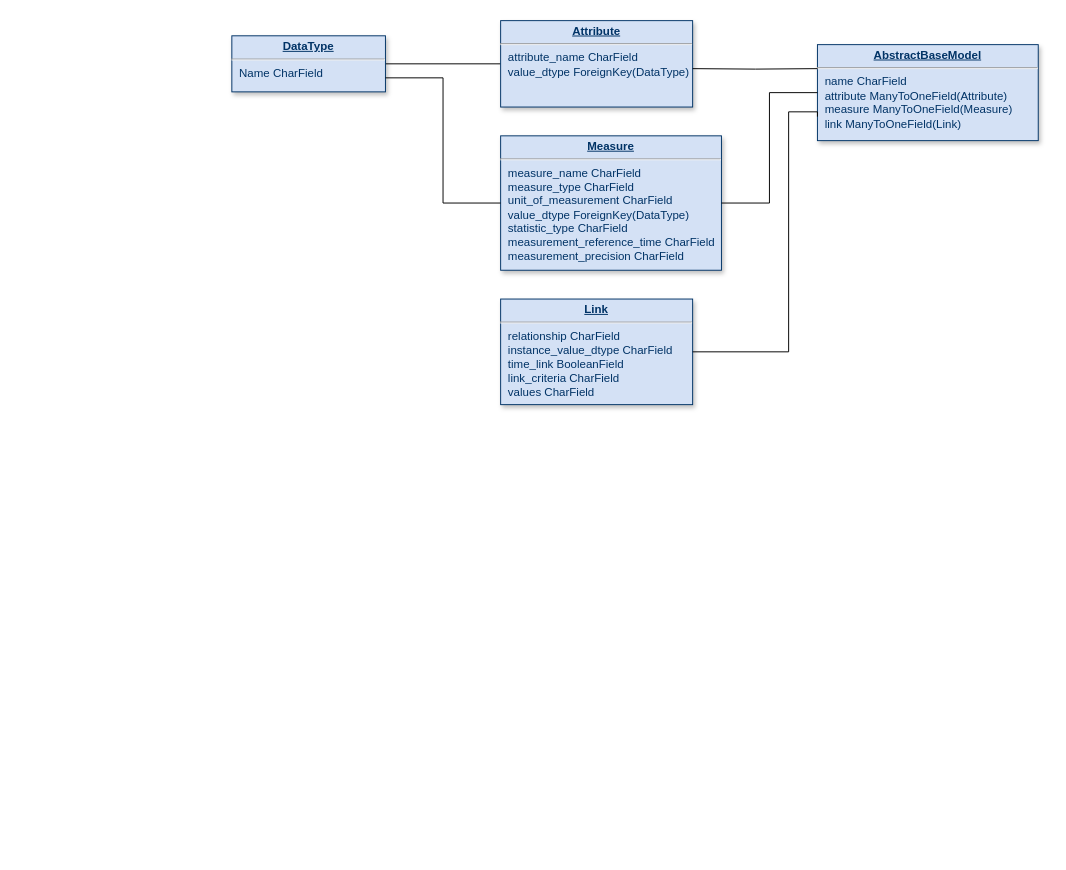
WeakLemonDrink/nrrt_project keeps this draw.io diagram as db tables2.drawio. Above is the earlier version. Source tidied: cells renumbered, new cells numbered last; positions are measured from the earlier drawing's top-left corner, leaving out a move shared by most shapes. Both pictures are drawn from the tidied source at 96%, with x=0, y=0 at pixel (231, 20).
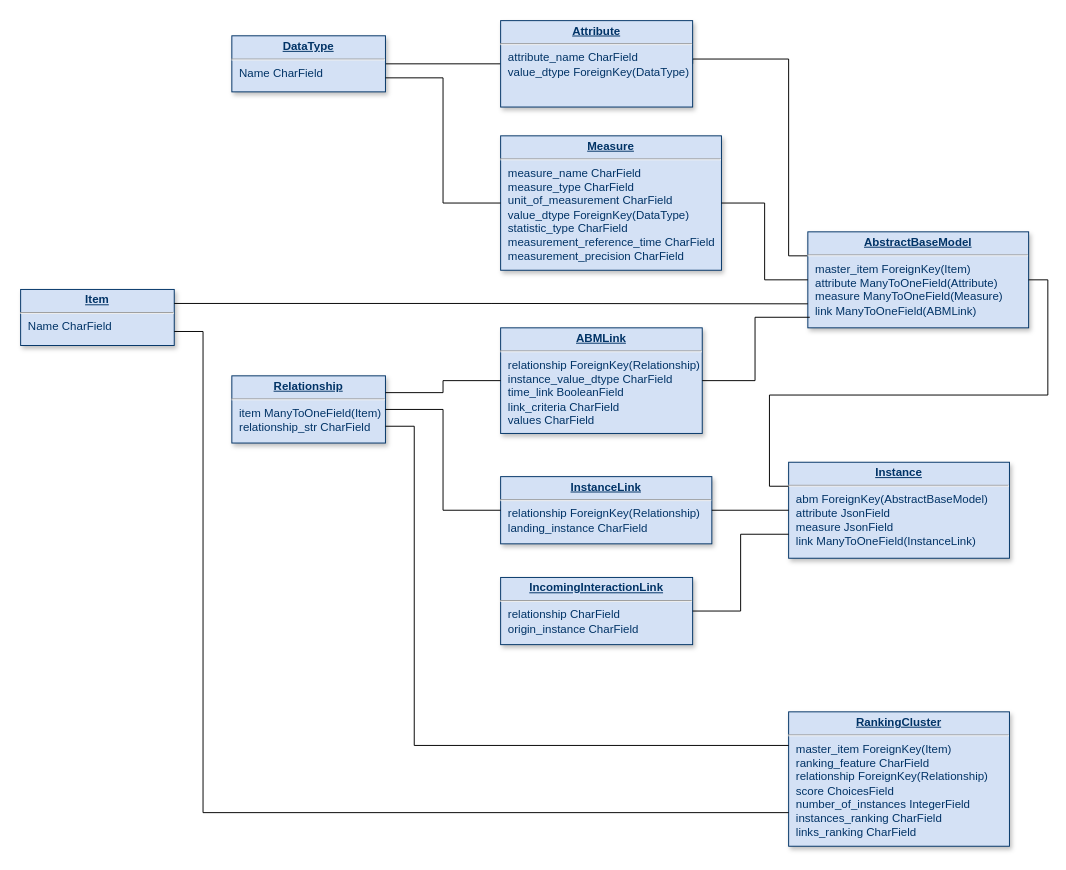
After the change.

Unchanged cells that the change refers to:
```xml
<mxCell id="4" value="&lt;p style=&quot;margin: 0px ; margin-top: 4px ; text-align: center ; text-decoration: underline&quot;&gt;&lt;b&gt;Attribute&lt;/b&gt;&lt;/p&gt;&lt;hr&gt;&lt;p style=&quot;margin: 0px ; margin-left: 8px&quot;&gt;attribute_name CharField&lt;/p&gt;&lt;p style=&quot;margin: 0px ; margin-left: 8px&quot;&gt;value_dtype ForeignKey(DataType)&lt;/p&gt;" style="verticalAlign=top;align=left;overflow=fill;fontSize=12;fontFamily=Helvetica;html=1;strokeColor=#003366;shadow=1;fillColor=#D4E1F5;fontColor=#003366;" parent="1" vertex="1">
  <mxGeometry x="280" width="200" height="90" as="geometry" />
</mxCell>
```

Change to the diagram source:
```diff
@@
+    <mxCell id="12" style="edgeStyle=orthogonalEdgeStyle;rounded=0;jettySize=auto;html=1;exitX=1;exitY=0.5;exitDx=0;exitDy=0;entryX=0;entryY=0.25;entryDx=0;entryDy=0;endArrow=none;endFill=0;" parent="1" edge="1" source="4" target="8">
+      <mxGeometry relative="1" as="geometry">
+        <Array as="points">
+          <mxPoint x="480" y="40" />
+          <mxPoint x="580" y="40" />
+          <mxPoint x="580" y="245" />
+        </Array>
+      </mxGeometry>
+    </mxCell>
@@
-    <mxCell id="7" value="&lt;p style=&quot;margin: 0px ; margin-top: 4px ; text-align: center ; text-decoration: underline&quot;&gt;&lt;b&gt;Link&lt;/b&gt;&lt;/p&gt;&lt;hr&gt;&lt;p style=&quot;margin: 0px ; margin-left: 8px&quot;&gt;relationship CharField&lt;/p&gt;&lt;p style=&quot;margin: 0px ; margin-left: 8px&quot;&gt;instance_value_dtype CharField&lt;/p&gt;&lt;p style=&quot;margin: 0px ; margin-left: 8px&quot;&gt;time_link BooleanField&lt;/p&gt;&lt;p style=&quot;margin: 0px ; margin-left: 8px&quot;&gt;link_criteria CharField&lt;/p&gt;&lt;p style=&quot;margin: 0px ; margin-left: 8px&quot;&gt;values CharField&lt;/p&gt;" style="verticalAlign=top;align=left;overflow=fill;fontSize=12;fontFamily=Helvetica;html=1;strokeColor=#003366;shadow=1;fillColor=#D4E1F5;fontColor=#003366;" parent="1" vertex="1">
-      <mxGeometry x="280" y="290" width="200" height="110" as="geometry" />
+    <mxCell id="7" value="&lt;p style=&quot;margin: 0px ; margin-top: 4px ; text-align: center ; text-decoration: underline&quot;&gt;&lt;b&gt;ABMLink&lt;/b&gt;&lt;/p&gt;&lt;hr&gt;&lt;p style=&quot;margin: 0px ; margin-left: 8px&quot;&gt;relationship ForeignKey(Relationship)&lt;/p&gt;&lt;p style=&quot;margin: 0px ; margin-left: 8px&quot;&gt;instance_value_dtype CharField&lt;/p&gt;&lt;p style=&quot;margin: 0px ; margin-left: 8px&quot;&gt;time_link BooleanField&lt;/p&gt;&lt;p style=&quot;margin: 0px ; margin-left: 8px&quot;&gt;link_criteria CharField&lt;/p&gt;&lt;p style=&quot;margin: 0px ; margin-left: 8px&quot;&gt;values CharField&lt;/p&gt;" style="verticalAlign=top;align=left;overflow=fill;fontSize=12;fontFamily=Helvetica;html=1;strokeColor=#003366;shadow=1;fillColor=#D4E1F5;fontColor=#003366;" parent="1" vertex="1">
+      <mxGeometry x="280" y="320" width="210" height="110" as="geometry" />
     </mxCell>
-    <mxCell id="8" value="&lt;p style=&quot;margin: 0px ; margin-top: 4px ; text-align: center ; text-decoration: underline&quot;&gt;&lt;b&gt;AbstractBaseModel&lt;/b&gt;&lt;/p&gt;&lt;hr&gt;&lt;p style=&quot;margin: 0px ; margin-left: 8px&quot;&gt;name CharField&lt;/p&gt;&lt;p style=&quot;margin: 0px ; margin-left: 8px&quot;&gt;attribute ManyToOneField(Attribute)&lt;/p&gt;&lt;p style=&quot;margin: 0px ; margin-left: 8px&quot;&gt;measure ManyToOneField(Measure)&lt;/p&gt;&lt;p style=&quot;margin: 0px ; margin-left: 8px&quot;&gt;link ManyToOneField(Link)&lt;/p&gt;" style="verticalAlign=top;align=left;overflow=fill;fontSize=12;fontFamily=Helvetica;html=1;strokeColor=#003366;shadow=1;fillColor=#D4E1F5;fontColor=#003366;" parent="1" vertex="1">
-      <mxGeometry x="610" y="25" width="230" height="100" as="geometry" />
+    <mxCell id="8" value="&lt;p style=&quot;margin: 0px ; margin-top: 4px ; text-align: center ; text-decoration: underline&quot;&gt;&lt;b&gt;AbstractBaseModel&lt;/b&gt;&lt;/p&gt;&lt;hr&gt;&lt;p style=&quot;margin: 0px ; margin-left: 8px&quot;&gt;master_item ForeignKey(Item)&lt;/p&gt;&lt;p style=&quot;margin: 0px ; margin-left: 8px&quot;&gt;attribute ManyToOneField(Attribute)&lt;/p&gt;&lt;p style=&quot;margin: 0px ; margin-left: 8px&quot;&gt;measure ManyToOneField(Measure)&lt;/p&gt;&lt;p style=&quot;margin: 0px ; margin-left: 8px&quot;&gt;link ManyToOneField(ABMLink)&lt;/p&gt;" style="verticalAlign=top;align=left;overflow=fill;fontSize=12;fontFamily=Helvetica;html=1;strokeColor=#003366;shadow=1;fillColor=#D4E1F5;fontColor=#003366;" parent="1" vertex="1">
+      <mxGeometry x="600" y="220" width="230" height="100" as="geometry" />
     </mxCell>
-    <mxCell id="9" style="edgeStyle=orthogonalEdgeStyle;rounded=0;jettySize=auto;html=1;entryX=0;entryY=0.25;entryDx=0;entryDy=0;endArrow=none;endFill=0;" parent="1" edge="1" target="8">
-      <mxGeometry relative="1" as="geometry">
-        <mxPoint x="480" y="50" as="sourcePoint" />
-      </mxGeometry>
-    </mxCell>
@@
+    <mxCell id="13" value="&lt;p style=&quot;margin: 0px ; margin-top: 4px ; text-align: center ; text-decoration: underline&quot;&gt;&lt;b&gt;Item&lt;/b&gt;&lt;/p&gt;&lt;hr&gt;&lt;p style=&quot;margin: 0px ; margin-left: 8px&quot;&gt;Name CharField&lt;/p&gt;" style="verticalAlign=top;align=left;overflow=fill;fontSize=12;fontFamily=Helvetica;html=1;strokeColor=#003366;shadow=1;fillColor=#D4E1F5;fontColor=#003366;" parent="1" vertex="1">
+      <mxGeometry x="-220" y="280" width="160" height="58.4" as="geometry" />
+    </mxCell>
+    <mxCell id="14" value="&lt;p style=&quot;margin: 0px ; margin-top: 4px ; text-align: center ; text-decoration: underline&quot;&gt;&lt;b&gt;Instance&lt;/b&gt;&lt;/p&gt;&lt;hr&gt;&lt;p style=&quot;margin: 0px ; margin-left: 8px&quot;&gt;abm ForeignKey(AbstractBaseModel)&lt;/p&gt;&lt;p style=&quot;margin: 0px ; margin-left: 8px&quot;&gt;attribute JsonField&lt;/p&gt;&lt;p style=&quot;margin: 0px ; margin-left: 8px&quot;&gt;measure JsonField&lt;/p&gt;&lt;p style=&quot;margin: 0px ; margin-left: 8px&quot;&gt;link ManyToOneField(InstanceLink)&lt;/p&gt;" style="verticalAlign=top;align=left;overflow=fill;fontSize=12;fontFamily=Helvetica;html=1;strokeColor=#003366;shadow=1;fillColor=#D4E1F5;fontColor=#003366;" parent="1" vertex="1">
+      <mxGeometry x="580" y="460" width="230" height="100" as="geometry" />
+    </mxCell>
-    <mxCell id="11" style="edgeStyle=orthogonalEdgeStyle;rounded=0;jettySize=auto;html=1;entryX=0;entryY=0.75;entryDx=0;entryDy=0;endArrow=none;endFill=0;exitX=1;exitY=0.5;exitDx=0;exitDy=0;" parent="1" edge="1" source="7" target="8">
-      <mxGeometry relative="1" as="geometry">
-        <Array as="points">
-          <mxPoint x="580" y="345" />
-          <mxPoint x="580" y="95" />
-        </Array>
-      </mxGeometry>
+    <mxCell id="11" style="edgeStyle=orthogonalEdgeStyle;rounded=0;jettySize=auto;html=1;entryX=0.009;entryY=0.89;entryDx=0;entryDy=0;endArrow=none;endFill=0;exitX=1;exitY=0.5;exitDx=0;exitDy=0;entryPerimeter=0;" parent="1" edge="1" source="7" target="8">
+      <mxGeometry relative="1" as="geometry" />
     </mxCell>
+    <mxCell id="15" value="&lt;p style=&quot;margin: 0px ; margin-top: 4px ; text-align: center ; text-decoration: underline&quot;&gt;&lt;b&gt;InstanceLink&lt;/b&gt;&lt;/p&gt;&lt;hr&gt;&lt;p style=&quot;margin: 0px ; margin-left: 8px&quot;&gt;relationship ForeignKey(Relationship)&lt;/p&gt;&lt;p style=&quot;margin: 0px ; margin-left: 8px&quot;&gt;landing_instance CharField&lt;/p&gt;" style="verticalAlign=top;align=left;overflow=fill;fontSize=12;fontFamily=Helvetica;html=1;strokeColor=#003366;shadow=1;fillColor=#D4E1F5;fontColor=#003366;" parent="1" vertex="1">
+      <mxGeometry x="280" y="475" width="220" height="70" as="geometry" />
+    </mxCell>
+    <mxCell id="16" value="&lt;p style=&quot;margin: 4px 0px 0px ; text-align: center&quot;&gt;&lt;b&gt;&lt;u&gt;IncomingInteractionLink&lt;/u&gt;&lt;/b&gt;&lt;br&gt;&lt;/p&gt;&lt;hr&gt;&lt;p style=&quot;margin: 0px ; margin-left: 8px&quot;&gt;relationship CharField&lt;/p&gt;&lt;p style=&quot;margin: 0px ; margin-left: 8px&quot;&gt;origin_instance CharField&lt;/p&gt;" style="verticalAlign=top;align=left;overflow=fill;fontSize=12;fontFamily=Helvetica;html=1;strokeColor=#003366;shadow=1;fillColor=#D4E1F5;fontColor=#003366;" parent="1" vertex="1">
+      <mxGeometry x="280" y="580" width="200" height="70" as="geometry" />
+    </mxCell>
+    <mxCell id="17" style="edgeStyle=orthogonalEdgeStyle;rounded=0;jettySize=auto;html=1;exitX=1;exitY=0.5;exitDx=0;exitDy=0;entryX=0;entryY=0.25;entryDx=0;entryDy=0;endArrow=none;endFill=0;" parent="1" edge="1" source="8" target="14">
+      <mxGeometry relative="1" as="geometry" />
+    </mxCell>
+    <mxCell id="18" style="edgeStyle=orthogonalEdgeStyle;rounded=0;jettySize=auto;html=1;exitX=1;exitY=0.5;exitDx=0;exitDy=0;entryX=0;entryY=0.5;entryDx=0;entryDy=0;endArrow=none;endFill=0;" parent="1" edge="1" source="15" target="14">
+      <mxGeometry relative="1" as="geometry" />
+    </mxCell>
+    <mxCell id="19" style="edgeStyle=orthogonalEdgeStyle;rounded=0;jettySize=auto;html=1;exitX=1;exitY=0.5;exitDx=0;exitDy=0;entryX=0;entryY=0.75;entryDx=0;entryDy=0;endArrow=none;endFill=0;" parent="1" edge="1" source="16" target="14">
+      <mxGeometry relative="1" as="geometry" />
+    </mxCell>
+    <mxCell id="20" style="edgeStyle=orthogonalEdgeStyle;rounded=0;jettySize=auto;html=1;entryX=0;entryY=0.75;entryDx=0;entryDy=0;endArrow=none;endFill=0;exitX=1;exitY=0.25;exitDx=0;exitDy=0;" parent="1" edge="1" source="13" target="8">
+      <mxGeometry relative="1" as="geometry" />
+    </mxCell>
+    <mxCell id="21" value="&lt;p style=&quot;margin: 0px ; margin-top: 4px ; text-align: center ; text-decoration: underline&quot;&gt;&lt;b&gt;Relationship&lt;/b&gt;&lt;/p&gt;&lt;hr&gt;&lt;p style=&quot;margin: 0px ; margin-left: 8px&quot;&gt;item ManyToOneField(Item)&lt;/p&gt;&lt;p style=&quot;margin: 0px ; margin-left: 8px&quot;&gt;relationship_str CharField&lt;/p&gt;" style="verticalAlign=top;align=left;overflow=fill;fontSize=12;fontFamily=Helvetica;html=1;strokeColor=#003366;shadow=1;fillColor=#D4E1F5;fontColor=#003366;" parent="1" vertex="1">
+      <mxGeometry y="370" width="160" height="70" as="geometry" />
+    </mxCell>
+    <mxCell id="22" style="edgeStyle=orthogonalEdgeStyle;rounded=0;jettySize=auto;html=1;entryX=0;entryY=0.5;entryDx=0;entryDy=0;endArrow=none;endFill=0;exitX=1;exitY=0.25;exitDx=0;exitDy=0;" parent="1" edge="1" source="21" target="7">
+      <mxGeometry relative="1" as="geometry" />
+    </mxCell>
+    <mxCell id="23" style="edgeStyle=orthogonalEdgeStyle;rounded=0;jettySize=auto;html=1;entryX=0;entryY=0.5;entryDx=0;entryDy=0;endArrow=none;endFill=0;exitX=1;exitY=0.5;exitDx=0;exitDy=0;" parent="1" edge="1" source="21" target="15">
+      <mxGeometry relative="1" as="geometry" />
+    </mxCell>
+    <mxCell id="24" value="&lt;p style=&quot;margin: 0px ; margin-top: 4px ; text-align: center ; text-decoration: underline&quot;&gt;&lt;b&gt;RankingCluster&lt;/b&gt;&lt;/p&gt;&lt;hr&gt;&lt;p style=&quot;margin: 0px ; margin-left: 8px&quot;&gt;master_item ForeignKey(Item)&lt;/p&gt;&lt;p style=&quot;margin: 0px ; margin-left: 8px&quot;&gt;ranking_feature CharField&lt;/p&gt;&lt;p style=&quot;margin: 0px ; margin-left: 8px&quot;&gt;relationship ForeignKey(Relationship)&lt;/p&gt;&lt;p style=&quot;margin: 0px ; margin-left: 8px&quot;&gt;score ChoicesField&lt;/p&gt;&lt;p style=&quot;margin: 0px ; margin-left: 8px&quot;&gt;number_of_instances IntegerField&lt;/p&gt;&lt;p style=&quot;margin: 0px ; margin-left: 8px&quot;&gt;instances_ranking CharField&lt;/p&gt;&lt;p style=&quot;margin: 0px ; margin-left: 8px&quot;&gt;links_ranking CharField&lt;/p&gt;" style="verticalAlign=top;align=left;overflow=fill;fontSize=12;fontFamily=Helvetica;html=1;strokeColor=#003366;shadow=1;fillColor=#D4E1F5;fontColor=#003366;" parent="1" vertex="1">
+      <mxGeometry x="580" y="720" width="230" height="140" as="geometry" />
+    </mxCell>
+    <mxCell id="25" style="edgeStyle=orthogonalEdgeStyle;rounded=0;jettySize=auto;html=1;endArrow=none;endFill=0;exitX=1;exitY=0.75;exitDx=0;exitDy=0;entryX=0;entryY=0.75;entryDx=0;entryDy=0;" parent="1" edge="1" source="13" target="24">
+      <mxGeometry relative="1" as="geometry">
+        <Array as="points">
+          <mxPoint x="-30" y="324" />
+          <mxPoint x="-30" y="825" />
+        </Array>
+      </mxGeometry>
+    </mxCell>
+    <mxCell id="26" style="edgeStyle=orthogonalEdgeStyle;rounded=0;jettySize=auto;html=1;entryX=0;entryY=0.25;entryDx=0;entryDy=0;endArrow=none;endFill=0;exitX=1;exitY=0.75;exitDx=0;exitDy=0;" parent="1" edge="1" source="21" target="24">
+      <mxGeometry relative="1" as="geometry">
+        <Array as="points">
+          <mxPoint x="190" y="423" />
+          <mxPoint x="190" y="755" />
+        </Array>
+      </mxGeometry>
+    </mxCell>
```
